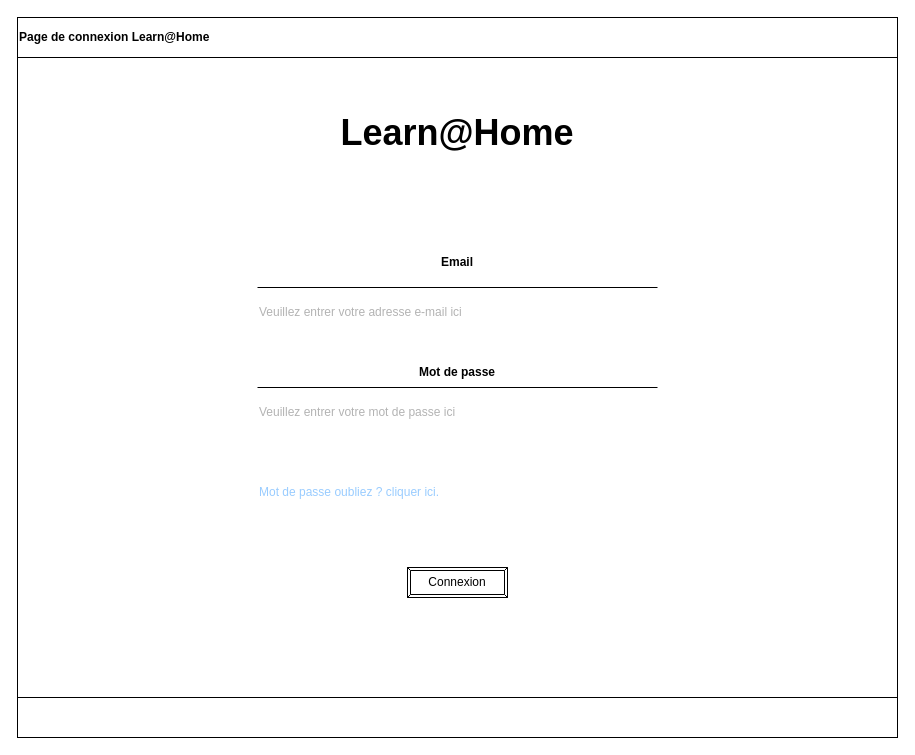
The draw.io diagram page "Connexion" (1 of 7) of WireFrame.drawio in CuteSlime/P3-Learn-home, before the edit. Source tidied: cells renumbered, new cells numbered last; positions are measured from the earlier drawing's top-left corner, leaving out a move shared by most shapes. Both pictures are drawn from the tidied source at 100%, with x=0, y=0 at pixel (17, -63).
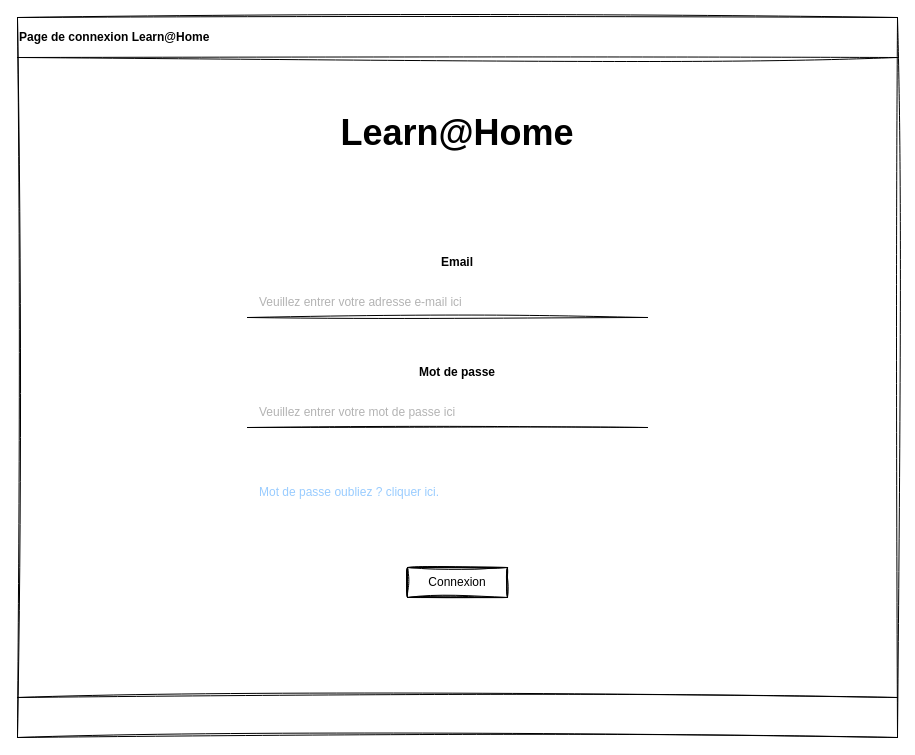
Above is the later version.

Change to the diagram source:
```diff
@@
 <mxGraphModel>
   <root>
     <mxCell id="0" />
     <mxCell id="1" parent="0" />
-    <mxCell id="2" style="shape=process;whiteSpace=wrap;html=1;backgroundOutline=0;size=0.05555555555555555;rotation=90;" parent="1" vertex="1">
+    <mxCell id="2" style="shape=process;whiteSpace=wrap;html=1;backgroundOutline=0;size=0.05555555555555555;rotation=90;sketch=1;curveFitting=1;jiggle=2;" parent="1" vertex="1">
       <mxGeometry x="80" width="720" height="880" as="geometry" />
     </mxCell>
     <mxCell id="3" value="Page de connexion Learn@Home" style="text;html=1;strokeColor=none;fillColor=none;align=left;verticalAlign=middle;whiteSpace=wrap;rounded=0;fontStyle=1;" parent="1" vertex="1">
       <mxGeometry y="80" width="880" height="40" as="geometry" />
     </mxCell>
-    <mxCell id="4" value="Connexion" style="labelPosition=center;verticalLabelPosition=middle;align=center;html=1;shape=mxgraph.basic.button;dx=3;whiteSpace=wrap;" parent="1" vertex="1">
+    <mxCell id="4" value="Connexion" style="labelPosition=center;verticalLabelPosition=middle;align=center;html=1;shape=mxgraph.basic.button;dx=0;whiteSpace=wrap;sketch=1;curveFitting=1;jiggle=2;" parent="1" vertex="1">
       <mxGeometry x="390" y="630" width="100" height="30" as="geometry" />
     </mxCell>
-    <mxCell id="5" style="endArrow=none;html=1;rounded=0;" parent="1" edge="1">
+    <mxCell id="5" style="endArrow=none;html=1;rounded=0;sketch=1;curveFitting=1;jiggle=2;" parent="1" edge="1">
       <mxGeometry relative="1" as="geometry">
-        <mxPoint x="640" y="450" as="sourcePoint" />
-        <mxPoint x="240" y="450" as="targetPoint" />
+        <mxPoint x="630" y="490" as="sourcePoint" />
+        <mxPoint x="230" y="490" as="targetPoint" />
       </mxGeometry>
     </mxCell>
-    <mxCell id="6" style="endArrow=none;html=1;rounded=0;" parent="1" edge="1">
+    <mxCell id="6" style="endArrow=none;html=1;rounded=0;sketch=1;curveFitting=1;jiggle=2;" parent="1" edge="1">
       <mxGeometry relative="1" as="geometry">
-        <mxPoint x="640" y="350" as="sourcePoint" />
-        <mxPoint x="240" y="350" as="targetPoint" />
+        <mxPoint x="630" y="380" as="sourcePoint" />
+        <mxPoint x="230" y="380" as="targetPoint" />
       </mxGeometry>
     </mxCell>
     <mxCell id="7" value="Email" style="text;html=1;strokeColor=none;fillColor=none;align=center;verticalAlign=middle;whiteSpace=wrap;rounded=0;fontStyle=1;" parent="1" vertex="1">
       <mxGeometry x="410" y="310" width="60" height="30" as="geometry" />
     </mxCell>
     <mxCell id="8" value="Mot de passe" style="text;html=1;strokeColor=none;fillColor=none;align=center;verticalAlign=middle;whiteSpace=wrap;rounded=0;fontStyle=1;" parent="1" vertex="1">
       <mxGeometry x="390" y="420" width="100" height="30" as="geometry" />
     </mxCell>
     <mxCell id="9" value="Veuillez entrer votre mot de passe ici" style="text;html=1;strokeColor=none;fillColor=none;align=left;verticalAlign=middle;whiteSpace=wrap;rounded=0;fontStyle=0;fontColor=#B3B3B3;" parent="1" vertex="1">
       <mxGeometry x="240" y="460" width="400" height="30" as="geometry" />
     </mxCell>
     <mxCell id="10" value="Veuillez entrer votre adresse e-mail ici" style="text;html=1;strokeColor=none;fillColor=none;align=left;verticalAlign=middle;whiteSpace=wrap;rounded=0;fontStyle=0;fontColor=#B3B3B3;imageAspect=0;" parent="1" vertex="1">
-      <mxGeometry x="240" y="360" width="400" height="30" as="geometry" />
+      <mxGeometry x="240" y="350" width="400" height="30" as="geometry" />
     </mxCell>
     <mxCell id="11" value="Mot de passe oubliez ? cliquer ici." style="text;html=1;strokeColor=none;fillColor=none;align=left;verticalAlign=middle;whiteSpace=wrap;rounded=0;fontStyle=0;fontColor=#99CCFF;" parent="1" vertex="1">
       <mxGeometry x="240" y="540" width="400" height="30" as="geometry" />
     </mxCell>
     <mxCell id="12" value="&lt;b&gt;&lt;font style=&quot;font-size: 36px;&quot;&gt;Learn@Home&lt;/font&gt;&lt;/b&gt;" style="text;html=1;strokeColor=none;fillColor=none;align=center;verticalAlign=middle;whiteSpace=wrap;rounded=0;" parent="1" vertex="1">
       <mxGeometry x="410" y="180" width="60" height="30" as="geometry" />
     </mxCell>
   </root>
 </mxGraphModel>
```
